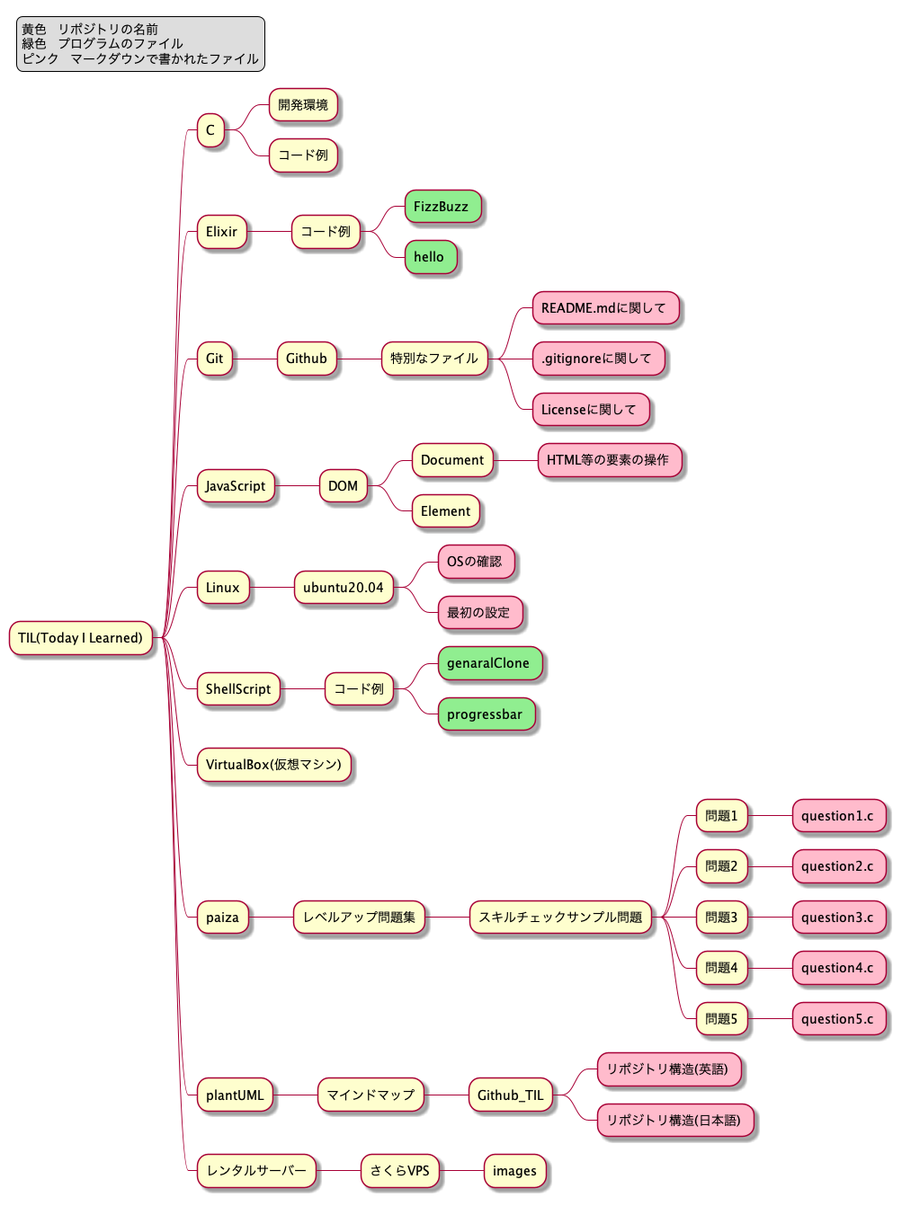
This is RepositoryStructureJ.png from sudo-roa/TIL, a PlantUML export, as it was before one commit.
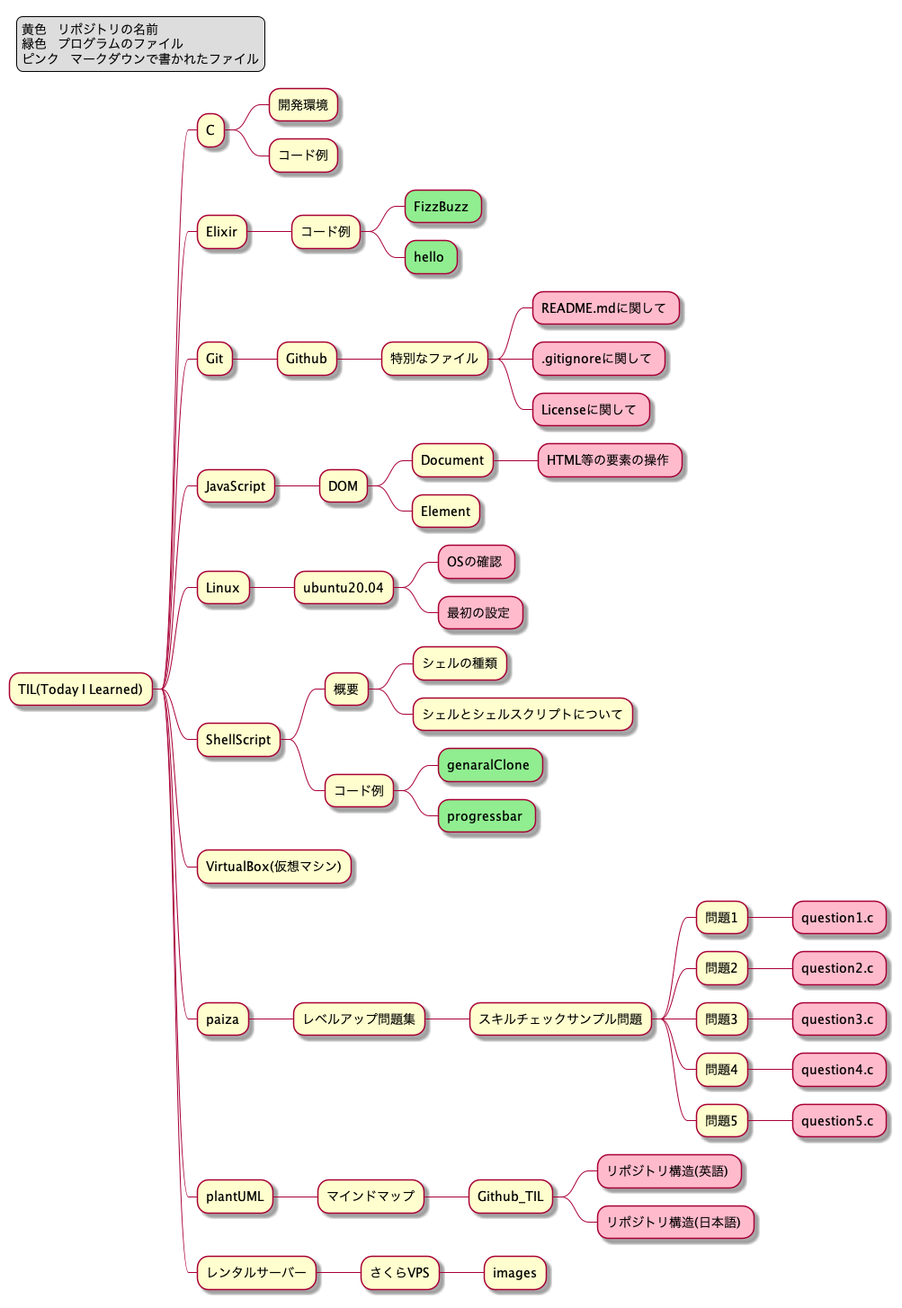
The same diagram one commit later.

Diff of the diagram source:
```diff
@@ -41,6 +41,9 @@
 **** 最初の設定 <<rose>>
 
 ** ShellScript
+*** 概要
+**** シェルの種類
+**** シェルとシェルスクリプトについて
 *** コード例
 **** genaralClone <<green>>
 **** progressbar <<green>>
```
